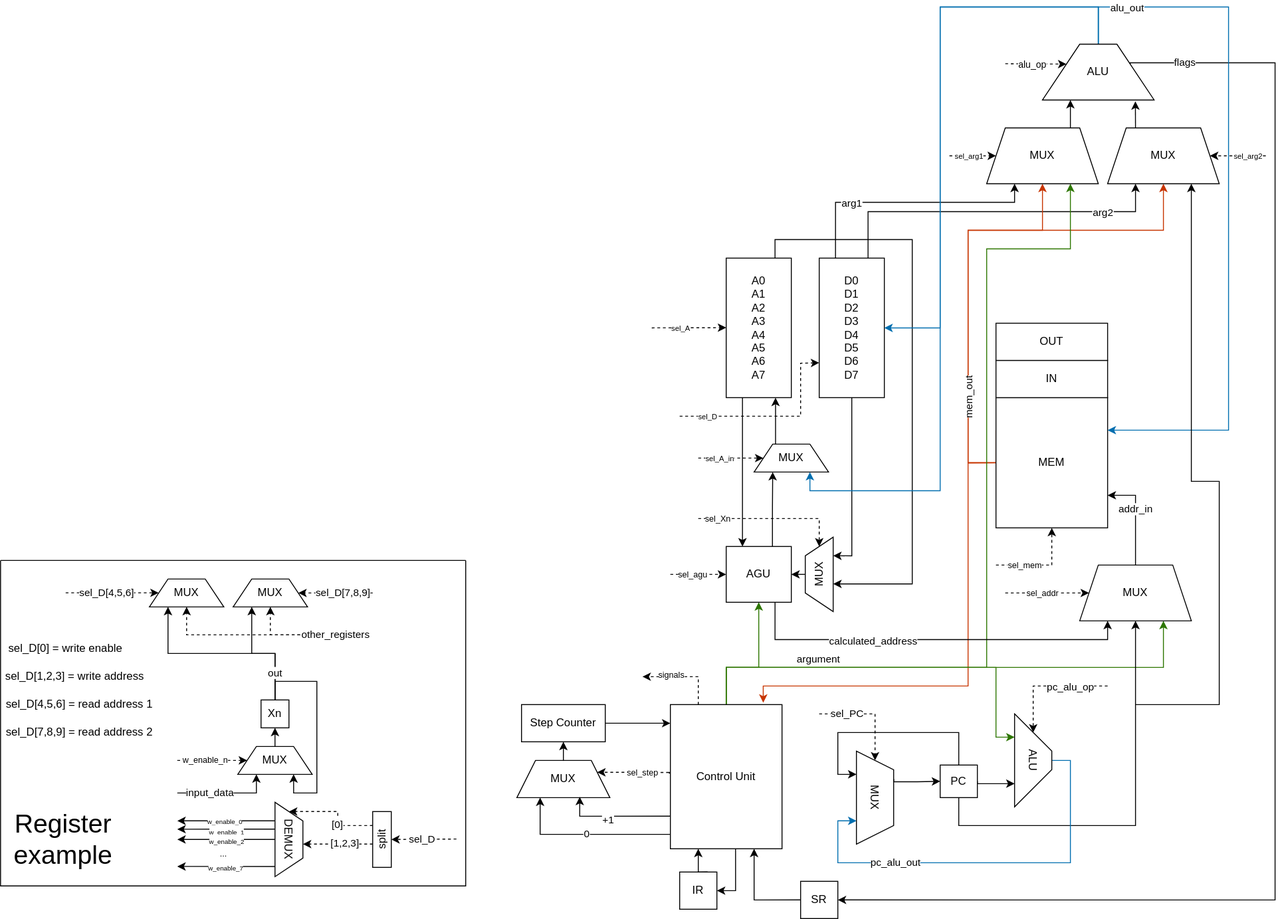
This is m68k_v2.drawio.svg from Anderaf/m68kScheme, a draw.io export, as it was before one commit. Source tidied: cells renumbered, new cells last; positions are measured from the earlier drawing's top-left corner, leaving out a move shared by most shapes.
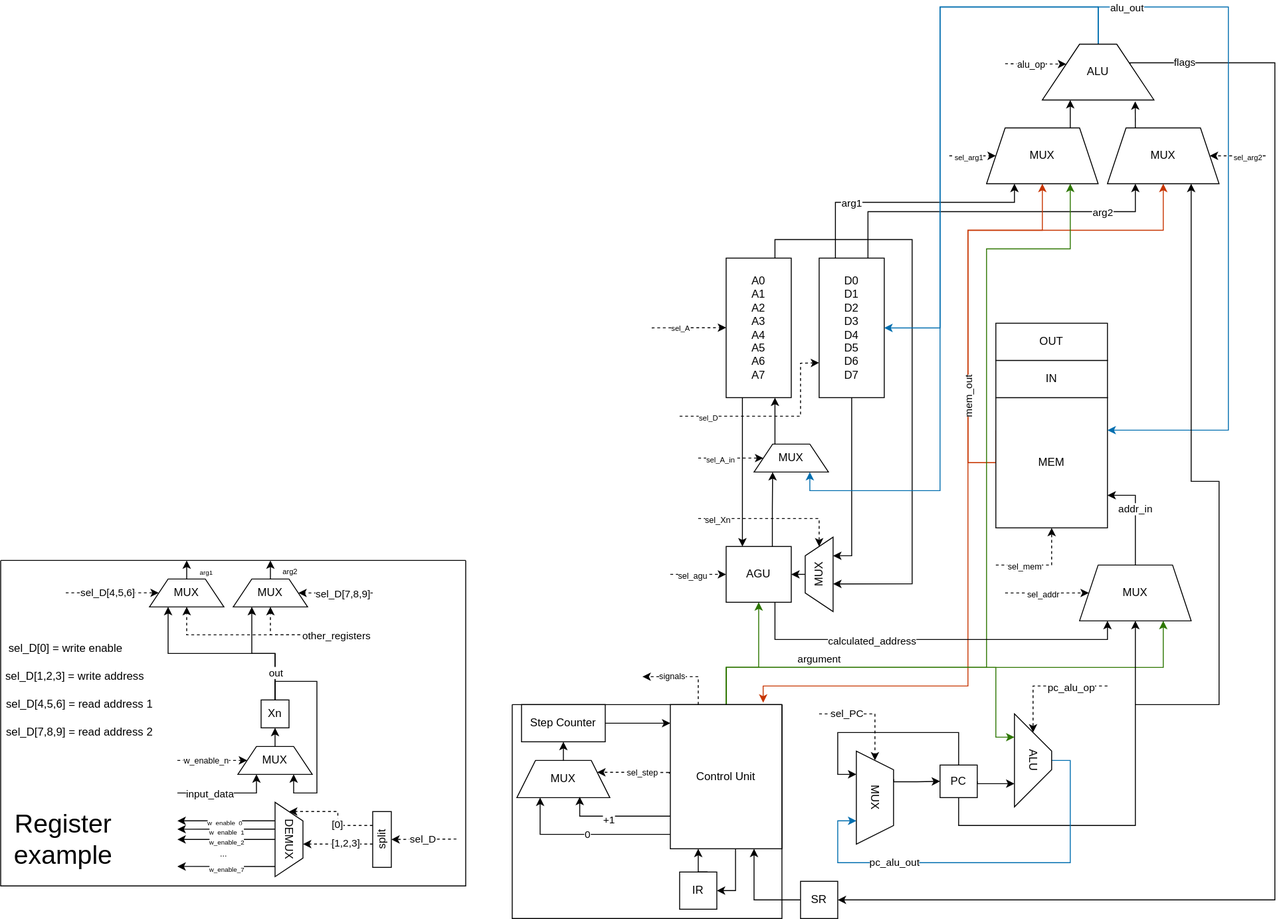
The same file after the commit.

Change to the diagram source:
```diff
@@ -692,5 +692,30 @@
     <mxCell id="134" value="[1,2,3]" style="edgeLabel;html=1;align=center;verticalAlign=middle;" parent="133" vertex="1">
       <mxGeometry x="-0.19" y="-1" relative="1" as="geometry" />
     </mxCell>
+    <mxCell id="135" style="endArrow=classic;html=1;rounded=0;" parent="130" edge="1">
+      <mxGeometry relative="1" as="geometry">
+        <mxPoint x="200" y="20" as="sourcePoint" />
+        <mxPoint x="200" as="targetPoint" />
+      </mxGeometry>
+    </mxCell>
+    <mxCell id="136" value="&lt;font style=&quot;font-size: 7px;&quot;&gt;arg1&lt;/font&gt;" style="edgeLabel;html=1;align=center;verticalAlign=middle;" parent="135" vertex="1">
+      <mxGeometry x="-0.09" relative="1" as="geometry">
+        <mxPoint x="20" as="offset" />
+      </mxGeometry>
+    </mxCell>
+    <mxCell id="137" style="endArrow=classic;html=1;rounded=0;" parent="130" edge="1">
+      <mxGeometry relative="1" as="geometry">
+        <mxPoint x="290" y="20" as="sourcePoint" />
+        <mxPoint x="290" as="targetPoint" />
+      </mxGeometry>
+    </mxCell>
+    <mxCell id="138" value="&lt;font style=&quot;font-size: 8px;&quot;&gt;arg2&lt;/font&gt;" style="edgeLabel;html=1;align=center;verticalAlign=middle;" parent="137" vertex="1">
+      <mxGeometry relative="1" as="geometry">
+        <mxPoint x="20" as="offset" />
+      </mxGeometry>
+    </mxCell>
+    <mxCell id="139" style="swimlane;startSize=0;" parent="1" vertex="1">
+      <mxGeometry x="550" y="750" width="290" height="230" as="geometry" />
+    </mxCell>
   </root>
 </mxGraphModel>
```
